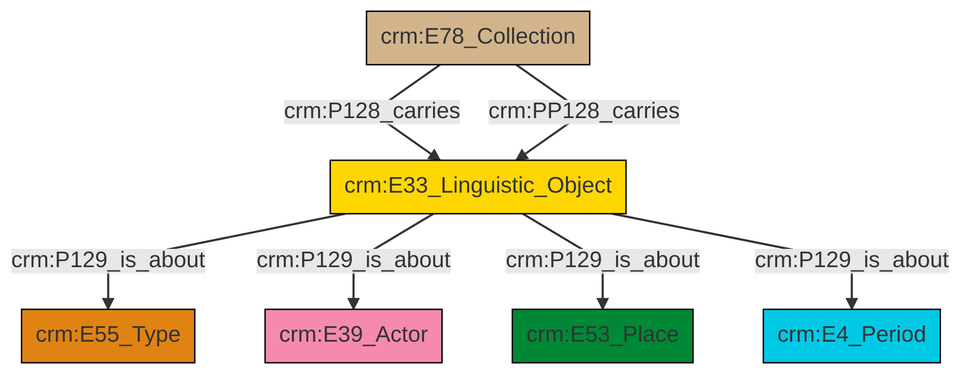
swiss-art-research-net/docs.swissartresearch keeps this Mermaid diagram as et/archivalCSV/ttl/mmd/png/archival_aboutness.png. Above is the earlier version. Its source is kept beside it as et/archivalCSV/ttl/mmd/archival_aboutness.ttl.mmd.
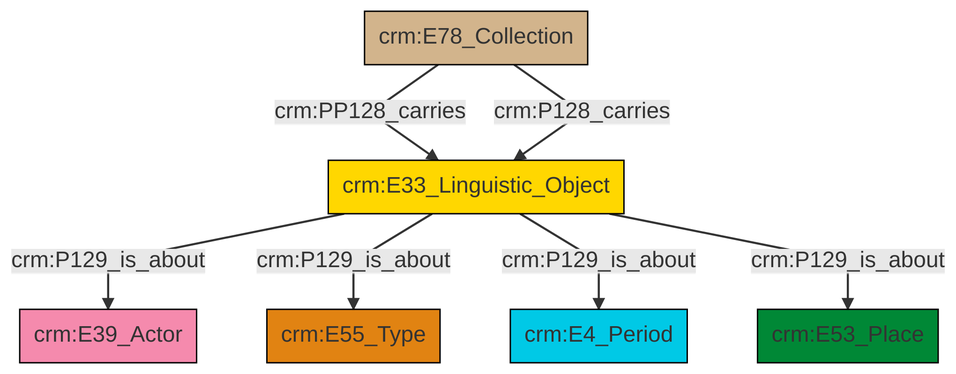
Later version of the same file.

Change to the diagram source:
```diff
@@ -13,9 +13,9 @@
 classDef PC_Classes fill:#4ce600, stroke:#000000;
 classDef Multi fill:#cccccc,stroke:#000000;
 
-2["crm:E78_Collection"]:::Physical_Thing -->|crm:P128_carries| 3["crm:E33_Linguistic_Object"]:::Conceptual_Object
-3["crm:E33_Linguistic_Object"]:::Conceptual_Object -->|crm:P129_is_about| 4["crm:E55_Type"]:::Type
-3["crm:E33_Linguistic_Object"]:::Conceptual_Object -->|crm:P129_is_about| 8["crm:E39_Actor"]:::Actor
-2["crm:E78_Collection"]:::Physical_Thing -->|crm:PP128_carries| 3["crm:E33_Linguistic_Object"]:::Conceptual_Object
-3["crm:E33_Linguistic_Object"]:::Conceptual_Object -->|crm:P129_is_about| 6["crm:E53_Place"]:::Place
-3["crm:E33_Linguistic_Object"]:::Conceptual_Object -->|crm:P129_is_about| 0["crm:E4_Period"]:::Temporal_Entity
+0["crm:E33_Linguistic_Object"]:::Conceptual_Object -->|crm:P129_is_about| 1["crm:E39_Actor"]:::Actor
+0["crm:E33_Linguistic_Object"]:::Conceptual_Object -->|crm:P129_is_about| 2["crm:E55_Type"]:::Type
+0["crm:E33_Linguistic_Object"]:::Conceptual_Object -->|crm:P129_is_about| 9["crm:E4_Period"]:::Temporal_Entity
+0["crm:E33_Linguistic_Object"]:::Conceptual_Object -->|crm:P129_is_about| 7["crm:E53_Place"]:::Place
+3["crm:E78_Collection"]:::Physical_Thing -->|crm:PP128_carries| 0["crm:E33_Linguistic_Object"]:::Conceptual_Object
+3["crm:E78_Collection"]:::Physical_Thing -->|crm:P128_carries| 0["crm:E33_Linguistic_Object"]:::Conceptual_Object
```
